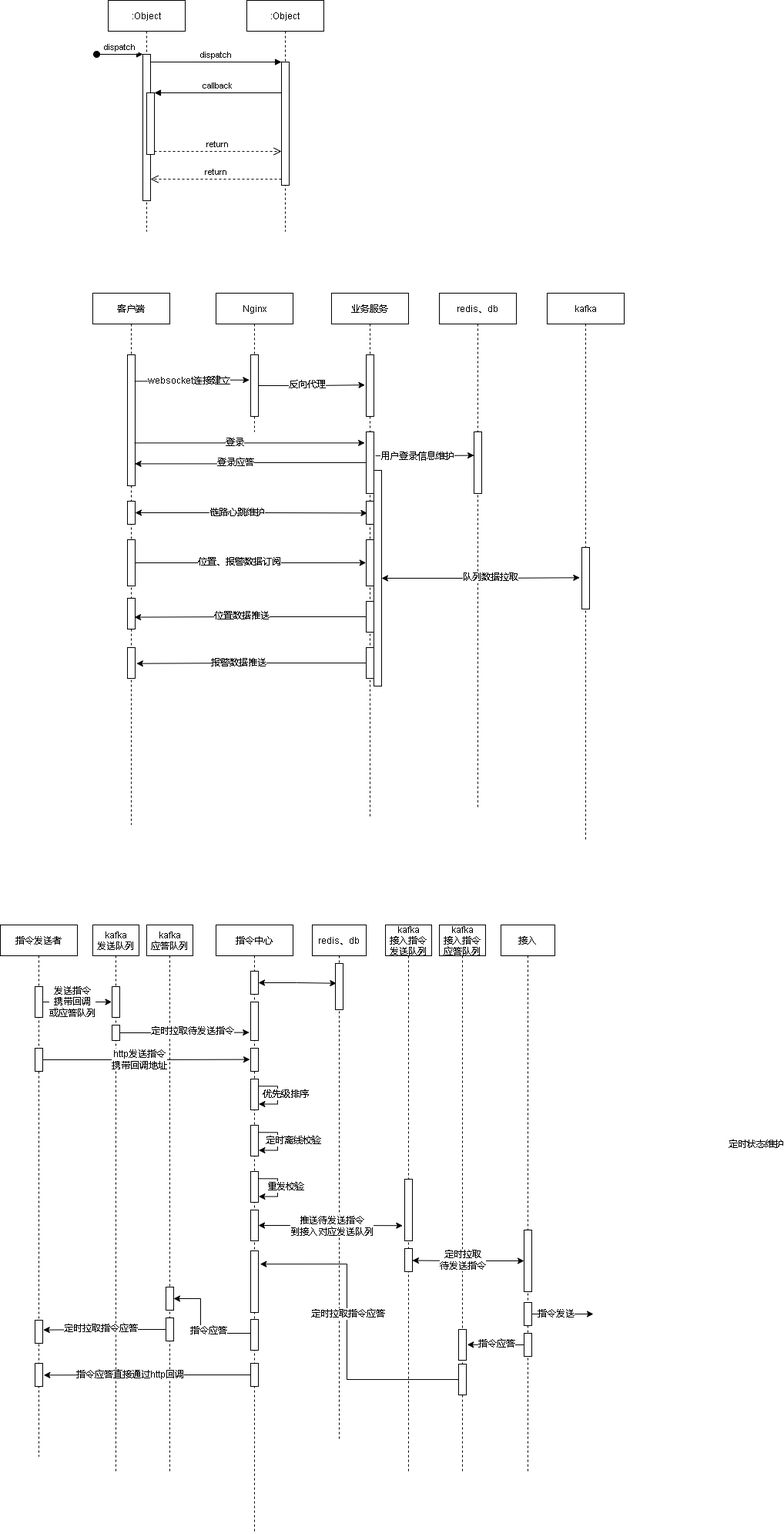
The draw.io diagram cgopro关键业务.drawio.png in xktder/draw, before a commit. Source tidied: cells renumbered, new cells last; positions are measured from the earlier drawing's top-left corner, leaving out a move shared by most shapes.
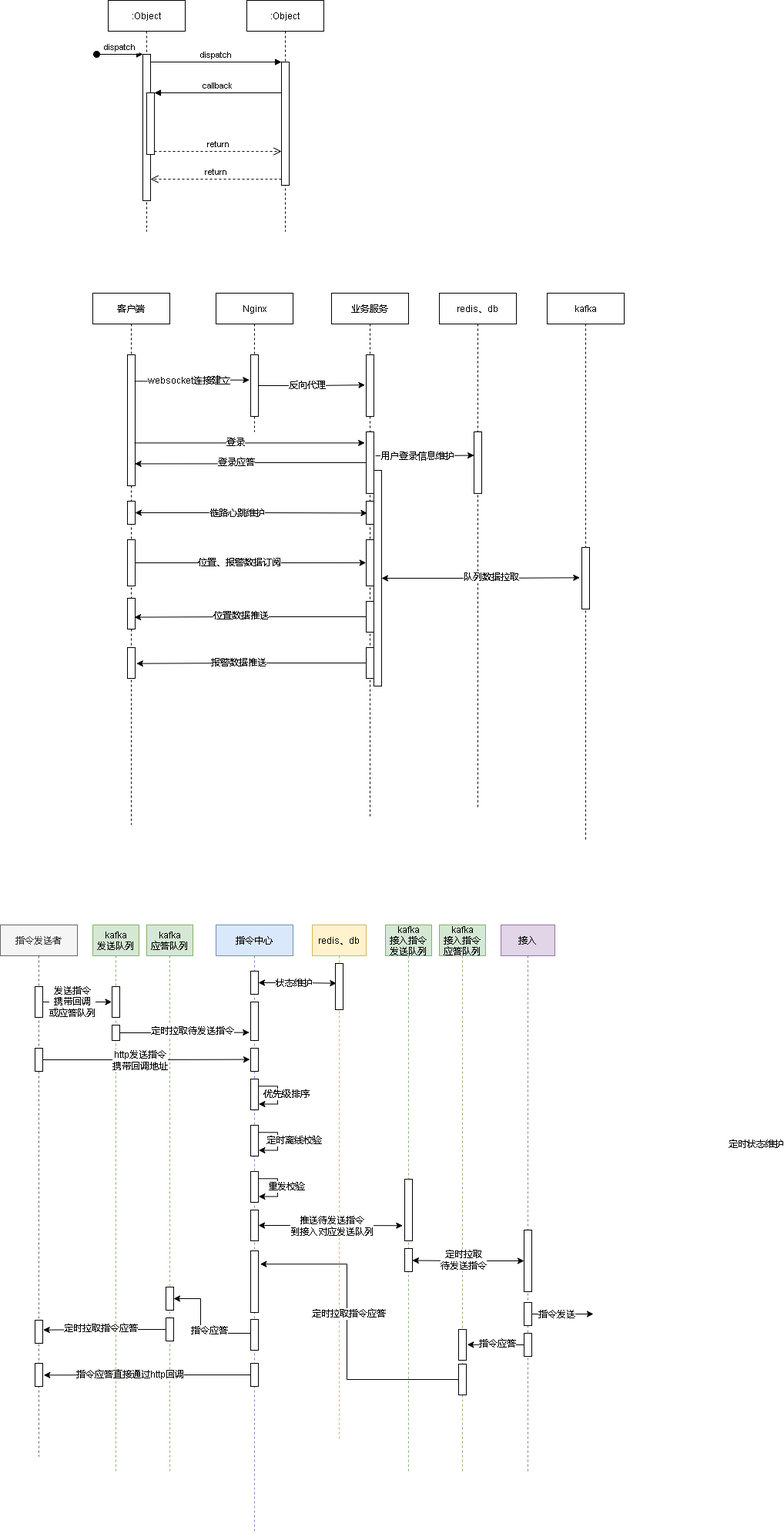
Above is the later version.

Commit message:
更新cgopro关键业务.drawio.png

What changed in the source:
```diff
@@ -156,7 +156,7 @@
         <mxPoint x="9" as="offset" />
       </mxGeometry>
     </mxCell>
-    <mxCell id="52" value="指令发送者" style="shape=umlLifeline;perimeter=lifelinePerimeter;rounded=0;shadow=0;strokeWidth=1;" parent="1" vertex="1">
+    <mxCell id="52" value="指令发送者" style="shape=umlLifeline;perimeter=lifelinePerimeter;rounded=0;shadow=0;strokeWidth=1;fillColor=#f5f5f5;fontColor=#333333;strokeColor=#666666;" parent="1" vertex="1">
       <mxGeometry y="1200" width="100" height="690" as="geometry" />
     </mxCell>
     <mxCell id="53" style="points=[];perimeter=orthogonalPerimeter;rounded=0;shadow=0;strokeWidth=1;" parent="52" vertex="1">
@@ -171,7 +171,7 @@
     <mxCell id="56" style="points=[];perimeter=orthogonalPerimeter;rounded=0;shadow=0;strokeWidth=1;" parent="52" vertex="1">
       <mxGeometry x="45" y="569" width="10" height="30" as="geometry" />
     </mxCell>
-    <mxCell id="57" value="指令中心" style="shape=umlLifeline;perimeter=lifelinePerimeter;rounded=0;shadow=0;strokeWidth=1;" parent="1" vertex="1">
+    <mxCell id="57" value="指令中心" style="shape=umlLifeline;perimeter=lifelinePerimeter;rounded=0;shadow=0;strokeWidth=1;fillColor=#dae8fc;strokeColor=#6c8ebf;" parent="1" vertex="1">
       <mxGeometry x="280" y="1200" width="100" height="790" as="geometry" />
     </mxCell>
     <mxCell id="58" style="points=[];perimeter=orthogonalPerimeter;rounded=0;shadow=0;strokeWidth=1;" parent="57" vertex="1">
@@ -243,13 +243,13 @@
     <mxCell id="73" style="points=[];perimeter=orthogonalPerimeter;rounded=0;shadow=0;strokeWidth=1;" parent="57" vertex="1">
       <mxGeometry x="45" y="569" width="10" height="30" as="geometry" />
     </mxCell>
-    <mxCell id="74" value="redis、db" style="shape=umlLifeline;perimeter=lifelinePerimeter;rounded=0;shadow=0;strokeWidth=1;" parent="1" vertex="1">
+    <mxCell id="74" value="redis、db" style="shape=umlLifeline;perimeter=lifelinePerimeter;rounded=0;shadow=0;strokeWidth=1;fillColor=#fff2cc;strokeColor=#d6b656;" parent="1" vertex="1">
       <mxGeometry x="405" y="1200" width="70" height="670" as="geometry" />
     </mxCell>
     <mxCell id="75" style="points=[];perimeter=orthogonalPerimeter;rounded=0;shadow=0;strokeWidth=1;" parent="74" vertex="1">
       <mxGeometry x="30" y="50" width="10" height="60" as="geometry" />
     </mxCell>
-    <mxCell id="76" value="kafka&#10;接入指令&#10;发送队列" style="shape=umlLifeline;perimeter=lifelinePerimeter;rounded=0;shadow=0;strokeWidth=1;" parent="1" vertex="1">
+    <mxCell id="76" value="kafka&#10;接入指令&#10;发送队列" style="shape=umlLifeline;perimeter=lifelinePerimeter;rounded=0;shadow=0;strokeWidth=1;fillColor=#d5e8d4;strokeColor=#82b366;" parent="1" vertex="1">
       <mxGeometry x="500" y="1200" width="60" height="710" as="geometry" />
     </mxCell>
     <mxCell id="77" style="points=[];perimeter=orthogonalPerimeter;rounded=0;shadow=0;strokeWidth=1;" parent="76" vertex="1">
@@ -258,7 +258,7 @@
     <mxCell id="78" style="points=[];perimeter=orthogonalPerimeter;rounded=0;shadow=0;strokeWidth=1;" parent="76" vertex="1">
       <mxGeometry x="25" y="420" width="10" height="30" as="geometry" />
     </mxCell>
-    <mxCell id="79" value="接入" style="shape=umlLifeline;perimeter=lifelinePerimeter;rounded=0;shadow=0;strokeWidth=1;" parent="1" vertex="1">
+    <mxCell id="79" value="接入" style="shape=umlLifeline;perimeter=lifelinePerimeter;rounded=0;shadow=0;strokeWidth=1;fillColor=#e1d5e7;strokeColor=#9673a6;" parent="1" vertex="1">
       <mxGeometry x="650" y="1200" width="70" height="710" as="geometry" />
     </mxCell>
     <mxCell id="80" style="points=[];perimeter=orthogonalPerimeter;rounded=0;shadow=0;strokeWidth=1;" parent="79" vertex="1">
@@ -270,7 +270,7 @@
     <mxCell id="82" style="points=[];perimeter=orthogonalPerimeter;rounded=0;shadow=0;strokeWidth=1;" parent="79" vertex="1">
       <mxGeometry x="30" y="530" width="10" height="30" as="geometry" />
     </mxCell>
-    <mxCell id="83" value="kafka&#10;发送队列" style="shape=umlLifeline;perimeter=lifelinePerimeter;rounded=0;shadow=0;strokeWidth=1;" parent="1" vertex="1">
+    <mxCell id="83" value="kafka&#10;发送队列" style="shape=umlLifeline;perimeter=lifelinePerimeter;rounded=0;shadow=0;strokeWidth=1;fillColor=#d5e8d4;strokeColor=#82b366;" parent="1" vertex="1">
       <mxGeometry x="120" y="1200" width="60" height="710" as="geometry" />
     </mxCell>
     <mxCell id="84" style="points=[];perimeter=orthogonalPerimeter;rounded=0;shadow=0;strokeWidth=1;" parent="83" vertex="1">
@@ -279,7 +279,7 @@
     <mxCell id="85" style="points=[];perimeter=orthogonalPerimeter;rounded=0;shadow=0;strokeWidth=1;" parent="83" vertex="1">
       <mxGeometry x="25" y="130" width="10" height="20" as="geometry" />
     </mxCell>
-    <mxCell id="86" value="kafka&#10;应答队列" style="shape=umlLifeline;perimeter=lifelinePerimeter;rounded=0;shadow=0;strokeWidth=1;" parent="1" vertex="1">
+    <mxCell id="86" value="kafka&#10;应答队列" style="shape=umlLifeline;perimeter=lifelinePerimeter;rounded=0;shadow=0;strokeWidth=1;fillColor=#d5e8d4;strokeColor=#82b366;" parent="1" vertex="1">
       <mxGeometry x="190" y="1200" width="60" height="710" as="geometry" />
     </mxCell>
     <mxCell id="87" style="points=[];perimeter=orthogonalPerimeter;rounded=0;shadow=0;strokeWidth=1;" parent="86" vertex="1">
@@ -316,6 +316,9 @@
         <mxPoint x="589" y="211" as="offset" />
       </mxGeometry>
     </mxCell>
+    <mxCell id="116" value="状态维护" style="edgeLabel;html=1;align=center;verticalAlign=middle;" parent="95" vertex="1">
+      <mxGeometry x="-0.12" relative="1" as="geometry" />
+    </mxCell>
     <mxCell id="97" style="edgeStyle=orthogonalEdgeStyle;rounded=0;jettySize=auto;html=1;entryX=-0.269;entryY=0.753;entryDx=0;entryDy=0;entryPerimeter=0;startArrow=classic;startFill=1;" parent="1" edge="1" source="70" target="77">
       <mxGeometry relative="1" as="geometry" />
     </mxCell>
@@ -324,7 +327,7 @@
         <mxPoint x="-9" y="1" as="offset" />
       </mxGeometry>
     </mxCell>
-    <mxCell id="99" value="kafka&#10;接入指令&#10;应答队列" style="shape=umlLifeline;perimeter=lifelinePerimeter;rounded=0;shadow=0;strokeWidth=1;" parent="1" vertex="1">
+    <mxCell id="99" value="kafka&#10;接入指令&#10;应答队列" style="shape=umlLifeline;perimeter=lifelinePerimeter;rounded=0;shadow=0;strokeWidth=1;fillColor=#d5e8d4;strokeColor=#82b366;" parent="1" vertex="1">
       <mxGeometry x="570" y="1200" width="60" height="710" as="geometry" />
     </mxCell>
     <mxCell id="100" style="points=[];perimeter=orthogonalPerimeter;rounded=0;shadow=0;strokeWidth=1;" parent="99" vertex="1">
```
